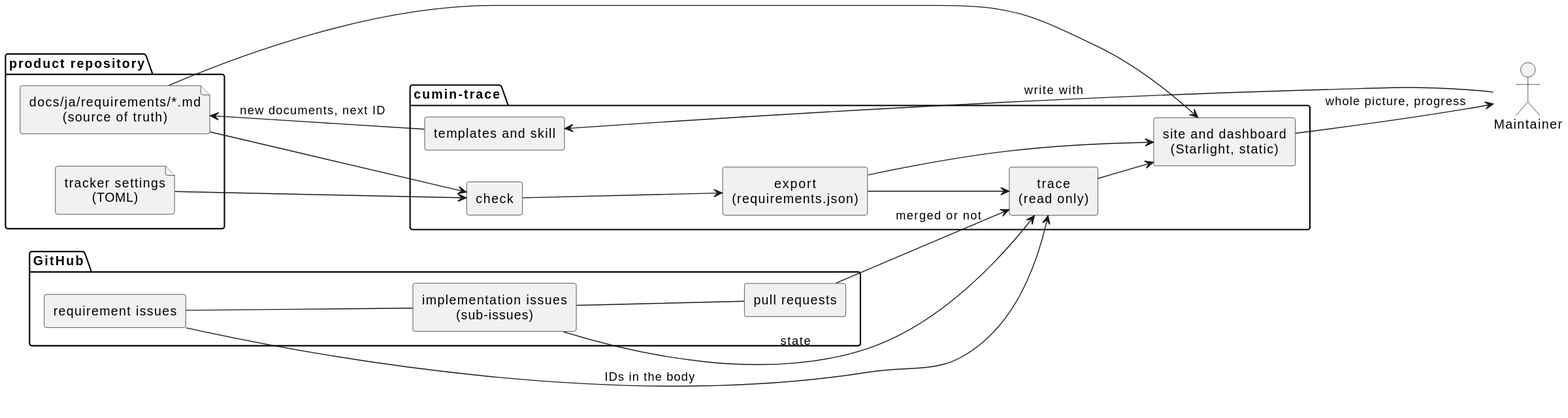
Earlier version of the PlantUML export docs/ja/requirements/overview.svg (cloveclovedev/cumin-trace).
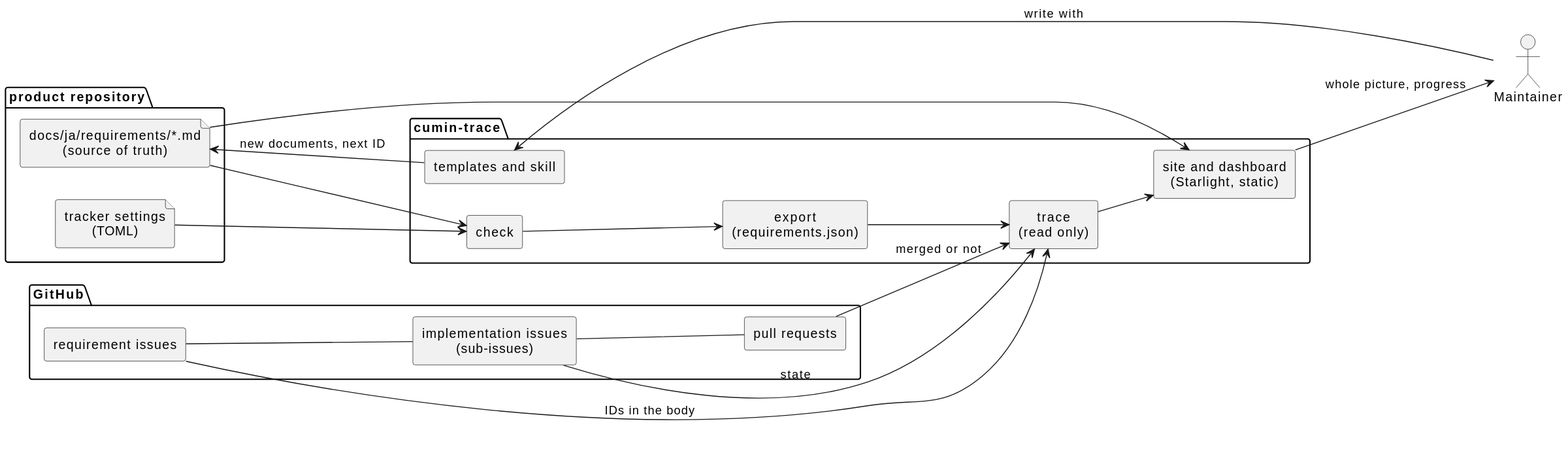
The same file after the commit.

Commit message:
docs(requirements): build the site from the documents and the diagrams only (#86)

The edit, as a diff of the source:
```diff
@@ -35,7 +35,6 @@
 pr --> trace : merged or not
 req -- impl
 impl -- pr
-export --> site
 trace --> site
 docs --> site
 site --> Maintainer : whole picture, progress
```
